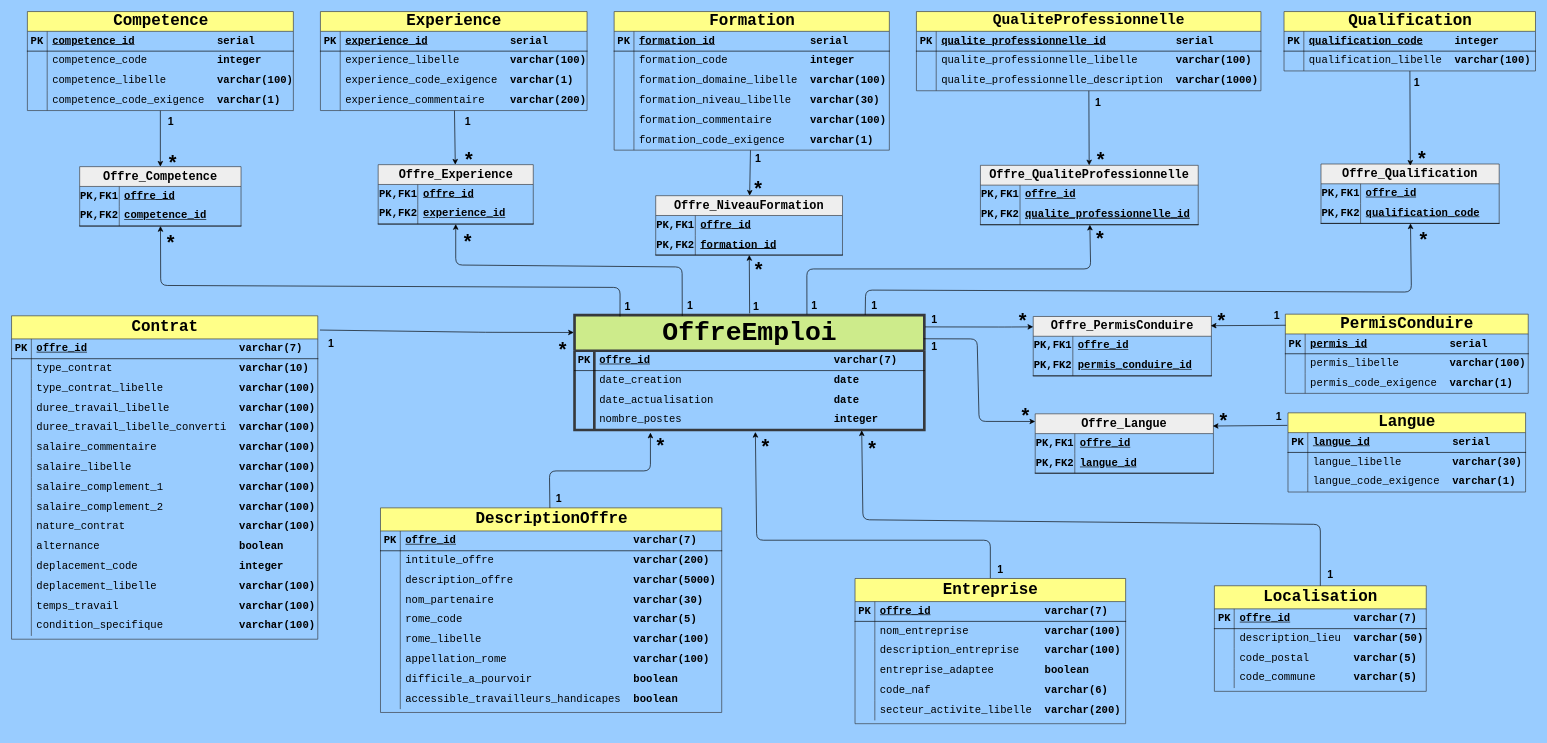
The draw.io diagram load_sql/France_Travail/UML_francetravail.drawio in vimchun/Job-Market-in-France, before the edit. Source tidied: cells renumbered, new cells numbered last; positions are measured from the earlier drawing's top-left corner, leaving out a move shared by most shapes. Both pictures are drawn from the tidied source at 66%, with x=0, y=0 at pixel (11, 11).
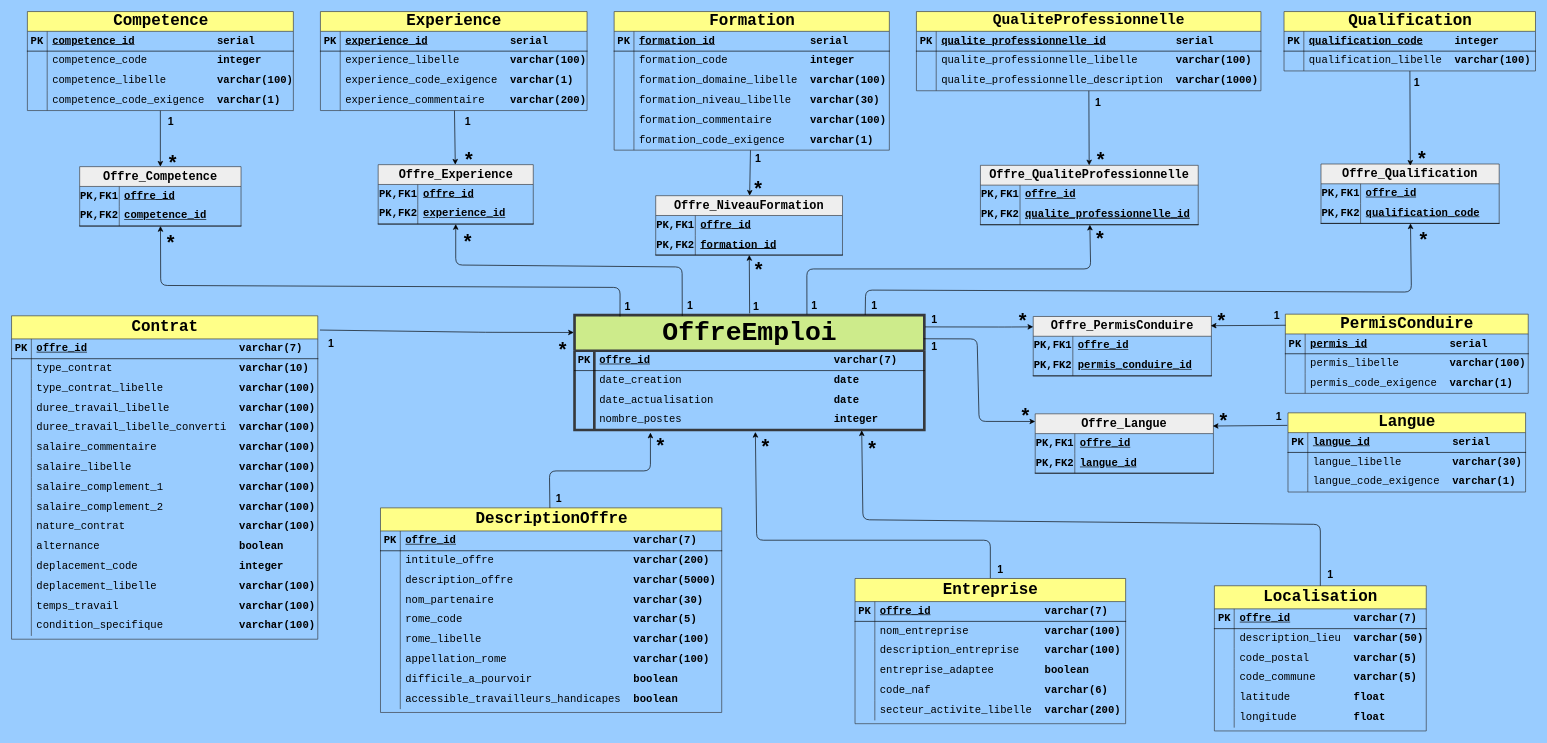
Above is the later version.

Commit message (it also covers changes not shown here):
ajout attributs latitude/longitude dans la table Localisation pour déterminer la ville (non renseignée) de certaines offres

The edit, as a diff of the source:
```diff
@@
     <mxCell id="208" value="&lt;span style=&quot;font-size: 24px;&quot;&gt;Localisation&lt;/span&gt;" style="shape=table;startSize=35;childLayout=tableLayout;rowLines=0;fontStyle=1;align=center;html=1;fillColor=#ffff88;strokeColor=#36393d;rounded=0;fontFamily=Courier New;fontSize=16;" parent="1" vertex="1">
-      <mxGeometry x="1822.5" y="870" width="321" height="160" as="geometry" />
+      <mxGeometry x="1822.5" y="870" width="321" height="220" as="geometry" />
     </mxCell>
@@
+    <mxCell id="307" style="shape=tableRow;horizontal=0;startSize=0;swimlaneHead=0;swimlaneBody=0;fillColor=none;top=0;left=0;right=0;bottom=0;rounded=0;fontFamily=Courier New;fontSize=16;strokeColor=#000000;" parent="208" vertex="1">
+      <mxGeometry y="155" width="321" height="30" as="geometry" />
+    </mxCell>
+    <mxCell id="308" style="shape=partialRectangle;fillColor=none;top=0;left=0;bottom=0;right=0;overflow=hidden;whiteSpace=wrap;html=1;rounded=0;fontFamily=Courier New;fontSize=16;strokeColor=#000000;" parent="307" vertex="1">
+      <mxGeometry width="30" height="30" as="geometry" />
+    </mxCell>
+    <mxCell id="309" value="&lt;span style=&quot;background-color: transparent;&quot;&gt;latitude&amp;nbsp; &amp;nbsp; &amp;nbsp;&lt;font color=&quot;rgba(0, 0, 0, 0)&quot;&gt;&amp;nbsp; &amp;nbsp; &amp;nbsp;&lt;/font&gt;&lt;b style=&quot;color: light-dark(rgb(0, 0, 0), rgb(255, 255, 255));&quot;&gt;float&lt;/b&gt;&lt;/span&gt;" style="shape=partialRectangle;fillColor=none;top=0;left=0;bottom=0;right=0;align=left;spacingLeft=6;overflow=hidden;whiteSpace=wrap;html=1;rounded=0;fontFamily=Courier New;fontSize=16;strokeColor=#000000;" parent="307" vertex="1">
+      <mxGeometry x="30" width="291" height="30" as="geometry" />
+    </mxCell>
+    <mxCell id="310" style="shape=tableRow;horizontal=0;startSize=0;swimlaneHead=0;swimlaneBody=0;fillColor=none;top=0;left=0;right=0;bottom=0;rounded=0;fontFamily=Courier New;fontSize=16;strokeColor=#000000;" parent="208" vertex="1">
+      <mxGeometry y="185" width="321" height="30" as="geometry" />
+    </mxCell>
+    <mxCell id="311" style="shape=partialRectangle;fillColor=none;top=0;left=0;bottom=0;right=0;overflow=hidden;whiteSpace=wrap;html=1;rounded=0;fontFamily=Courier New;fontSize=16;strokeColor=#000000;" parent="310" vertex="1">
+      <mxGeometry width="30" height="30" as="geometry" />
+    </mxCell>
+    <mxCell id="312" value="longitude&amp;nbsp; &amp;nbsp;&amp;nbsp;&lt;font&gt;&amp;nbsp; &amp;nbsp; &amp;nbsp;&lt;/font&gt;&lt;b style=&quot;color: light-dark(rgb(0, 0, 0), rgb(255, 255, 255));&quot;&gt;float&lt;/b&gt;" style="shape=partialRectangle;fillColor=none;top=0;left=0;bottom=0;right=0;align=left;spacingLeft=6;overflow=hidden;whiteSpace=wrap;html=1;rounded=0;fontFamily=Courier New;fontSize=16;strokeColor=#000000;" parent="310" vertex="1">
+      <mxGeometry x="30" width="291" height="30" as="geometry" />
+    </mxCell>
```
